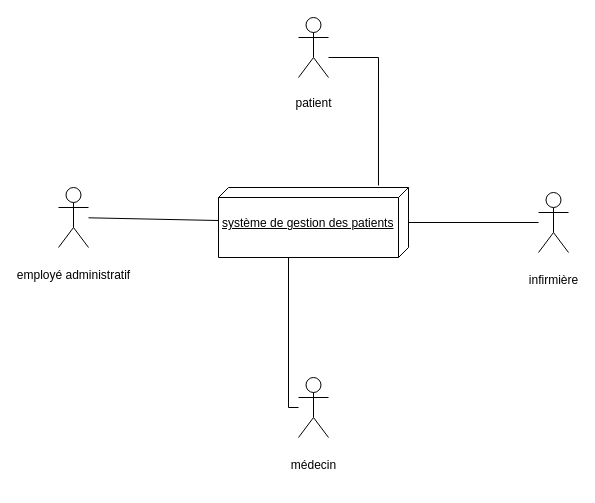
Above: Diagramme_de_contexte_statique.drawio in Adjaro/Modelisation (draw.io), before the change. Source tidied: cells renumbered, new cells numbered last; positions are measured from the earlier drawing's top-left corner, leaving out a move shared by most shapes. Both pictures are drawn from the tidied source at 100%, with x=0, y=0 at pixel (58, 17).
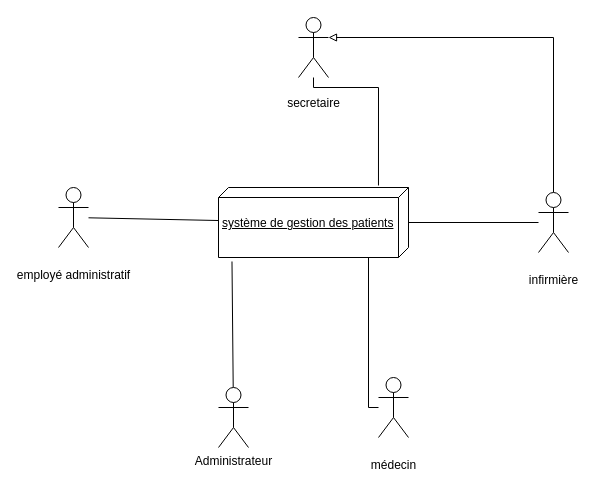
The same page after the edit.

Commit message:
Mettre à jour Diagramme_de_contexte_statique.drawio

The edit, as a diff of the source:
```diff
@@
 <mxGraphModel>
   <root>
     <mxCell id="0" />
     <mxCell id="1" parent="0" />
     <mxCell id="2" value="&lt;br&gt;système de gestion des patients" style="verticalAlign=top;align=left;spacingTop=8;spacingLeft=2;spacingRight=12;shape=cube;size=10;direction=south;fontStyle=4;html=1;" parent="1" vertex="1">
       <mxGeometry x="160" y="170" width="190" height="70" as="geometry" />
     </mxCell>
     <mxCell id="3" style="rounded=0;jettySize=auto;html=1;endArrow=none;endFill=0;" parent="1" edge="1" source="4" target="2">
       <mxGeometry relative="1" as="geometry" />
     </mxCell>
     <mxCell id="4" value="&lt;p class=&quot;MsoNormal&quot;&gt;employé administratif&lt;span style=&quot;font-size:12.0pt;line-height:107%;font-family:&amp;quot;Comic Sans MS&amp;quot;&quot;&gt;&lt;/span&gt;&lt;/p&gt;" style="shape=umlActor;verticalLabelPosition=bottom;verticalAlign=top;html=1;" parent="1" vertex="1">
       <mxGeometry y="170" width="30" height="60" as="geometry" />
     </mxCell>
     <mxCell id="5" style="edgeStyle=orthogonalEdgeStyle;rounded=0;jettySize=auto;html=1;endArrow=none;endFill=0;" parent="1" edge="1" source="6" target="2">
       <mxGeometry relative="1" as="geometry">
         <Array as="points">
-          <mxPoint x="230" y="390" />
+          <mxPoint x="310" y="390" />
         </Array>
       </mxGeometry>
     </mxCell>
     <mxCell id="6" value="&lt;p class=&quot;MsoNormal&quot;&gt;médecin&lt;span style=&quot;font-size:12.0pt;line-height:107%;font-family:&amp;quot;Comic Sans MS&amp;quot;&quot;&gt;&lt;/span&gt;&lt;/p&gt;" style="shape=umlActor;verticalLabelPosition=bottom;verticalAlign=top;html=1;" parent="1" vertex="1">
-      <mxGeometry x="240" y="360" width="30" height="60" as="geometry" />
+      <mxGeometry x="320" y="360" width="30" height="60" as="geometry" />
     </mxCell>
     <mxCell id="7" style="edgeStyle=orthogonalEdgeStyle;rounded=0;jettySize=auto;html=1;endArrow=none;endFill=0;" parent="1" edge="1" source="8" target="2">
       <mxGeometry relative="1" as="geometry" />
     </mxCell>
+    <mxCell id="11" style="edgeStyle=orthogonalEdgeStyle;rounded=0;jettySize=auto;html=1;entryX=1;entryY=0.3333333333333333;entryDx=0;entryDy=0;entryPerimeter=0;endArrow=block;endFill=0;" parent="1" edge="1" source="8" target="10">
+      <mxGeometry relative="1" as="geometry">
+        <Array as="points">
+          <mxPoint x="495" y="20" />
+        </Array>
+      </mxGeometry>
+    </mxCell>
     <mxCell id="8" value="&lt;p class=&quot;MsoNormal&quot;&gt;infirmière&lt;span style=&quot;font-size:12.0pt;line-height:107%;font-family:&amp;quot;Comic Sans MS&amp;quot;&quot;&gt;&lt;/span&gt;&lt;/p&gt;" style="shape=umlActor;verticalLabelPosition=bottom;verticalAlign=top;html=1;" parent="1" vertex="1">
       <mxGeometry x="480" y="175" width="30" height="60" as="geometry" />
     </mxCell>
     <mxCell id="9" style="edgeStyle=orthogonalEdgeStyle;rounded=0;jettySize=auto;html=1;entryX=-0.029;entryY=0.158;entryDx=0;entryDy=0;entryPerimeter=0;endArrow=none;endFill=0;" parent="1" edge="1" source="10" target="2">
       <mxGeometry relative="1" as="geometry">
         <Array as="points">
-          <mxPoint x="320" y="40" />
+          <mxPoint x="255" y="70" />
+          <mxPoint x="320" y="70" />
         </Array>
       </mxGeometry>
     </mxCell>
-    <mxCell id="10" value="&lt;p class=&quot;MsoNormal&quot;&gt;patient&lt;/p&gt;&lt;p class=&quot;MsoNormal&quot;&gt;&lt;span style=&quot;font-size:12.0pt;line-height:107%;font-family:&amp;quot;Comic Sans MS&amp;quot;&quot;&gt;&lt;/span&gt;&lt;/p&gt;" style="shape=umlActor;verticalLabelPosition=bottom;verticalAlign=top;html=1;" parent="1" vertex="1">
+    <mxCell id="10" value="&lt;p class=&quot;MsoNormal&quot;&gt;secretaire&lt;/p&gt;&lt;p class=&quot;MsoNormal&quot;&gt;&lt;span style=&quot;font-size:12.0pt;line-height:107%;font-family:&amp;quot;Comic Sans MS&amp;quot;&quot;&gt;&lt;/span&gt;&lt;/p&gt;" style="shape=umlActor;verticalLabelPosition=bottom;verticalAlign=top;html=1;" parent="1" vertex="1">
       <mxGeometry x="240" width="30" height="60" as="geometry" />
     </mxCell>
+    <mxCell id="12" style="rounded=0;jettySize=auto;html=1;entryX=1.057;entryY=0.929;entryDx=0;entryDy=0;entryPerimeter=0;endArrow=none;endFill=0;" parent="1" edge="1" source="13" target="2">
+      <mxGeometry relative="1" as="geometry" />
+    </mxCell>
+    <mxCell id="13" value="Administrateur" style="shape=umlActor;verticalLabelPosition=bottom;verticalAlign=top;html=1;outlineConnect=0;" parent="1" vertex="1">
+      <mxGeometry x="160" y="370" width="30" height="60" as="geometry" />
+    </mxCell>
   </root>
 </mxGraphModel>
```
